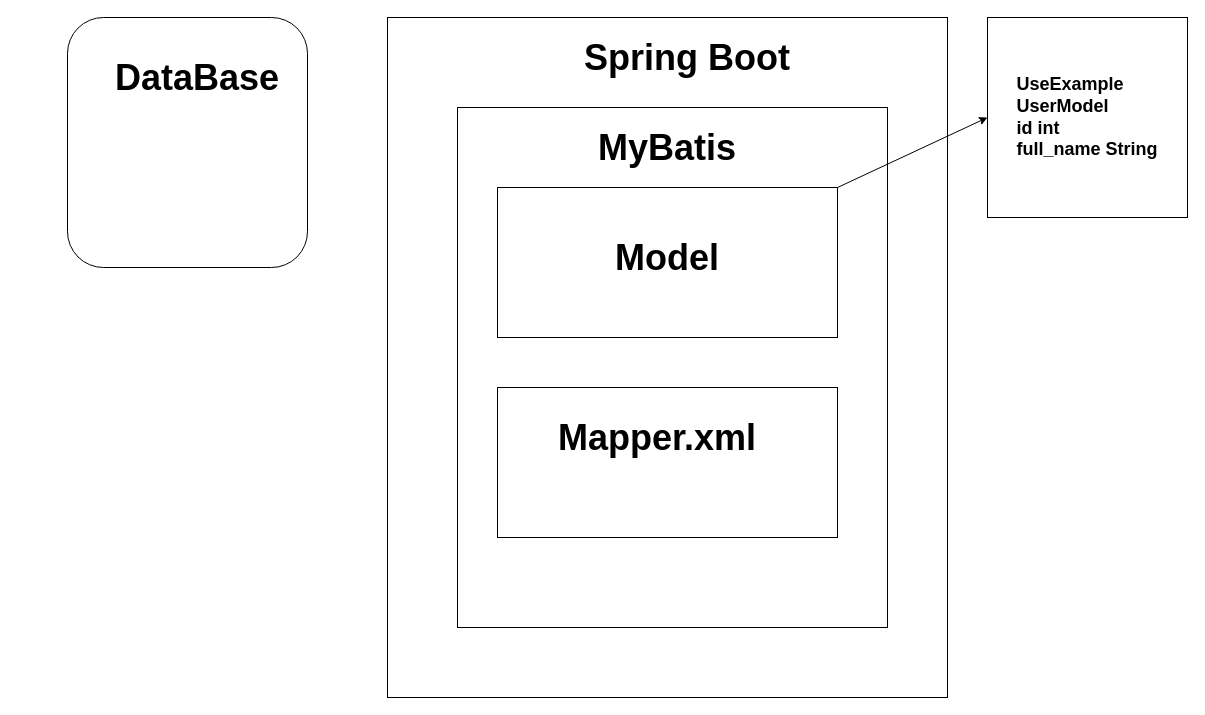
Ben-MTP/spring-grandle keeps this draw.io diagram as page "mybatis" (2 of 2) of docs/draw-flow-spring-boot-v1.0.drawio. Above is the earlier version. Source tidied: cells renumbered, new cells numbered last; positions are measured from the earlier drawing's top-left corner, leaving out a move shared by most shapes. Both pictures are drawn from the tidied source at 100%, with x=0, y=0 at pixel (17, 17).
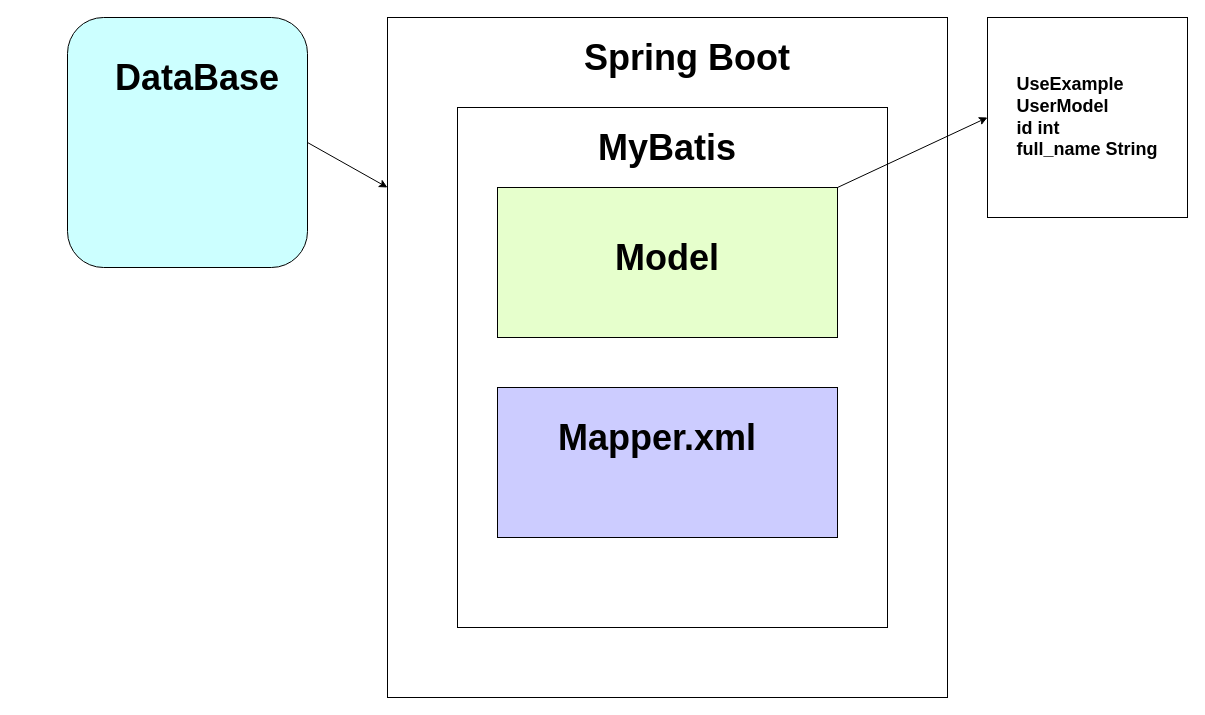
After the change.

What changed in the source:
```diff
@@
 <mxGraphModel>
   <root>
     <mxCell id="0" />
     <mxCell id="1" parent="0" />
     <mxCell id="2" style="rounded=0;whiteSpace=wrap;html=1;" parent="1" vertex="1">
       <mxGeometry x="370" width="560" height="680" as="geometry" />
     </mxCell>
     <mxCell id="3" value="&lt;b&gt;&lt;font style=&quot;font-size: 36px&quot;&gt;Spring Boot&lt;/font&gt;&lt;/b&gt;" style="text;html=1;strokeColor=none;fillColor=none;align=center;verticalAlign=middle;whiteSpace=wrap;rounded=0;" parent="1" vertex="1">
       <mxGeometry x="490" width="360" height="80" as="geometry" />
     </mxCell>
     <mxCell id="4" style="rounded=0;whiteSpace=wrap;html=1;" parent="1" vertex="1">
       <mxGeometry x="440" y="90" width="430" height="520" as="geometry" />
     </mxCell>
     <mxCell id="5" value="&lt;b&gt;&lt;font style=&quot;font-size: 36px&quot;&gt;MyBatis&lt;/font&gt;&lt;/b&gt;" style="text;html=1;strokeColor=none;fillColor=none;align=center;verticalAlign=middle;whiteSpace=wrap;rounded=0;" parent="1" vertex="1">
       <mxGeometry x="470" y="90" width="360" height="80" as="geometry" />
     </mxCell>
-    <mxCell id="6" style="rounded=0;whiteSpace=wrap;html=1;" parent="1" vertex="1">
+    <mxCell id="6" style="rounded=0;whiteSpace=wrap;html=1;fillColor=#E6FFCC;" parent="1" vertex="1">
       <mxGeometry x="480" y="170" width="340" height="150" as="geometry" />
     </mxCell>
     <mxCell id="7" style="rounded=0;jettySize=auto;html=1;entryX=0;entryY=0.5;entryDx=0;entryDy=0;exitX=1;exitY=0;exitDx=0;exitDy=0;" parent="1" edge="1" source="6" target="13">
       <mxGeometry relative="1" as="geometry" />
     </mxCell>
     <mxCell id="8" value="&lt;b&gt;&lt;font style=&quot;font-size: 36px&quot;&gt;Model&lt;/font&gt;&lt;/b&gt;" style="text;html=1;strokeColor=none;fillColor=none;align=center;verticalAlign=middle;whiteSpace=wrap;rounded=0;" parent="1" vertex="1">
       <mxGeometry x="470" y="200" width="360" height="80" as="geometry" />
     </mxCell>
-    <mxCell id="9" style="rounded=0;whiteSpace=wrap;html=1;" parent="1" vertex="1">
+    <mxCell id="9" style="rounded=0;whiteSpace=wrap;html=1;fillColor=#CCCCFF;" parent="1" vertex="1">
       <mxGeometry x="480" y="370" width="340" height="150" as="geometry" />
     </mxCell>
     <mxCell id="10" value="&lt;span style=&quot;font-size: 36px&quot;&gt;&lt;b&gt;Mapper.xml&lt;/b&gt;&lt;/span&gt;" style="text;html=1;strokeColor=none;fillColor=none;align=center;verticalAlign=middle;whiteSpace=wrap;rounded=0;" parent="1" vertex="1">
       <mxGeometry x="460" y="380" width="360" height="80" as="geometry" />
     </mxCell>
+    <mxCell id="14" style="edgeStyle=none;rounded=0;jettySize=auto;html=1;exitX=1;exitY=0.5;exitDx=0;exitDy=0;entryX=0;entryY=0.25;entryDx=0;entryDy=0;" parent="1" edge="1" source="11" target="2">
+      <mxGeometry relative="1" as="geometry" />
+    </mxCell>
-    <mxCell id="11" style="rounded=1;whiteSpace=wrap;html=1;" parent="1" vertex="1">
+    <mxCell id="11" style="rounded=1;whiteSpace=wrap;html=1;fillColor=#CCFFFF;" parent="1" vertex="1">
       <mxGeometry x="50" width="240" height="250" as="geometry" />
     </mxCell>
     <mxCell id="12" value="&lt;b&gt;&lt;font style=&quot;font-size: 36px&quot;&gt;DataBase&lt;/font&gt;&lt;/b&gt;" style="text;html=1;strokeColor=none;fillColor=none;align=center;verticalAlign=middle;whiteSpace=wrap;rounded=0;" parent="1" vertex="1">
       <mxGeometry y="20" width="360" height="80" as="geometry" />
     </mxCell>
     <mxCell id="13" value="&lt;div style=&quot;text-align: left&quot;&gt;&lt;b&gt;&lt;font style=&quot;font-size: 18px&quot;&gt;UseExample&lt;/font&gt;&lt;/b&gt;&lt;/div&gt;&lt;b&gt;&lt;div style=&quot;text-align: left&quot;&gt;&lt;b&gt;&lt;font style=&quot;font-size: 18px&quot;&gt;UserModel&lt;/font&gt;&lt;/b&gt;&lt;/div&gt;&lt;font style=&quot;font-size: 18px&quot;&gt;&lt;div style=&quot;text-align: left&quot;&gt;&lt;b style=&quot;font-size: 12px&quot;&gt;&lt;font style=&quot;font-size: 18px&quot;&gt;id int&lt;/font&gt;&lt;/b&gt;&lt;/div&gt;&lt;div style=&quot;text-align: left&quot;&gt;&lt;b style=&quot;font-size: 12px&quot;&gt;&lt;font style=&quot;font-size: 18px&quot;&gt;full_name String&lt;/font&gt;&lt;/b&gt;&lt;/div&gt;&lt;/font&gt;&lt;/b&gt;" style="rounded=0;whiteSpace=wrap;html=1;" parent="1" vertex="1">
       <mxGeometry x="970" width="200" height="200" as="geometry" />
     </mxCell>
   </root>
 </mxGraphModel>
```
